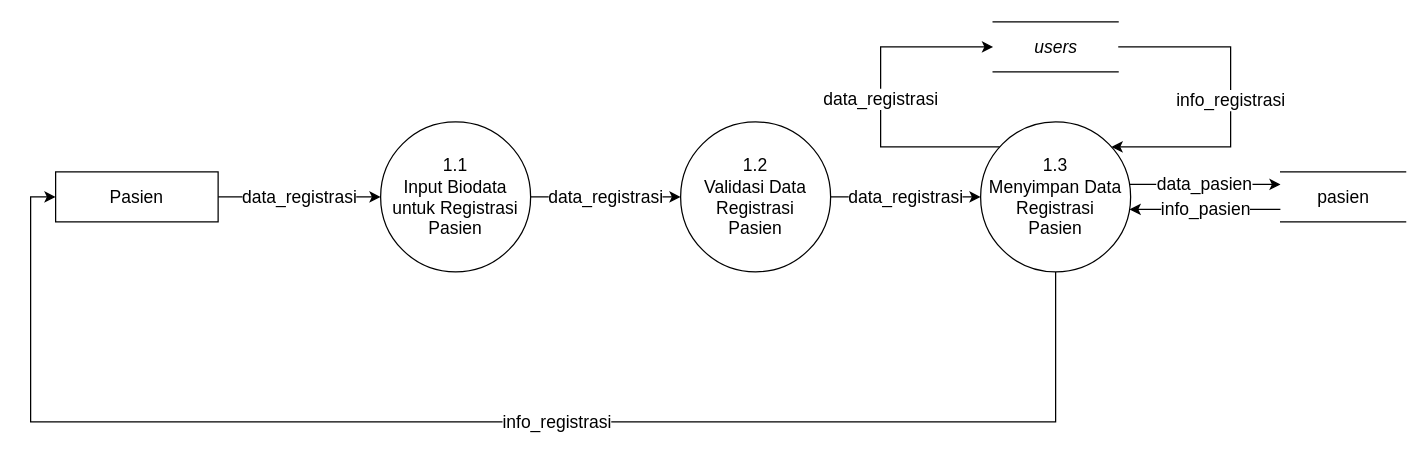
The draw.io diagram laporan/DFD/DFD Level 1 Registrasi.drawio in FarrelArrahman/si_manajemen_reseller, before the edit. Source tidied: cells renumbered, new cells numbered last; positions are measured from the earlier drawing's top-left corner, leaving out a move shared by most shapes. Both pictures are drawn from the tidied source at 125%, with x=0, y=0 at pixel (30, 21).
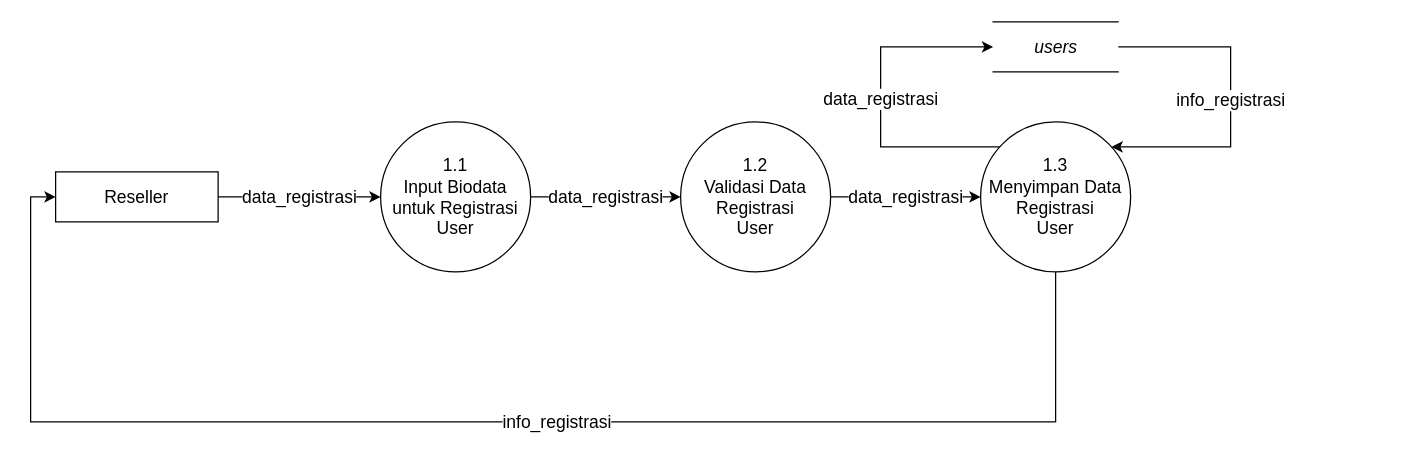
After the change.

Diff of the diagram source:
```diff
@@
-    <mxCell id="3" value="&lt;font style=&quot;font-size: 14px;&quot;&gt;1.1&lt;br style=&quot;font-size: 14px;&quot;&gt;Input Biodata untuk Registrasi Pasien&lt;br style=&quot;font-size: 14px;&quot;&gt;&lt;/font&gt;" style="ellipse;whiteSpace=wrap;html=1;fontSize=14;" parent="1" vertex="1">
+    <mxCell id="3" value="&lt;font style=&quot;font-size: 14px&quot;&gt;1.1&lt;br style=&quot;font-size: 14px&quot;&gt;Input Biodata untuk Registrasi User&lt;br style=&quot;font-size: 14px&quot;&gt;&lt;/font&gt;" style="ellipse;whiteSpace=wrap;html=1;fontSize=14;" parent="1" vertex="1">
       <mxGeometry x="280" y="80" width="120" height="120" as="geometry" />
     </mxCell>
@@
-    <mxCell id="5" value="Pasien" style="rounded=0;whiteSpace=wrap;html=1;fontSize=14;" parent="1" vertex="1">
+    <mxCell id="5" value="Reseller" style="rounded=0;whiteSpace=wrap;html=1;fontSize=14;" parent="1" vertex="1">
       <mxGeometry x="20" y="120" width="130" height="40" as="geometry" />
     </mxCell>
@@
-    <mxCell id="8" value="&lt;font style=&quot;font-size: 14px;&quot;&gt;1.2&lt;br style=&quot;font-size: 14px;&quot;&gt;Validasi Data Registrasi &lt;br style=&quot;font-size: 14px;&quot;&gt;Pasien&lt;br style=&quot;font-size: 14px;&quot;&gt;&lt;/font&gt;" style="ellipse;whiteSpace=wrap;html=1;fontSize=14;" parent="1" vertex="1">
+    <mxCell id="8" value="&lt;font style=&quot;font-size: 14px&quot;&gt;1.2&lt;br style=&quot;font-size: 14px&quot;&gt;Validasi Data Registrasi &lt;br style=&quot;font-size: 14px&quot;&gt;User&lt;br style=&quot;font-size: 14px&quot;&gt;&lt;/font&gt;" style="ellipse;whiteSpace=wrap;html=1;fontSize=14;" parent="1" vertex="1">
       <mxGeometry x="520" y="80" width="120" height="120" as="geometry" />
     </mxCell>
@@
-    <mxCell id="10" value="&lt;font style=&quot;font-size: 14px;&quot;&gt;1.3&lt;br style=&quot;font-size: 14px;&quot;&gt;Menyimpan Data Registrasi &lt;br style=&quot;font-size: 14px;&quot;&gt;Pasien&lt;br style=&quot;font-size: 14px;&quot;&gt;&lt;/font&gt;" style="ellipse;whiteSpace=wrap;html=1;fontSize=14;" parent="1" vertex="1">
+    <mxCell id="10" value="&lt;font style=&quot;font-size: 14px&quot;&gt;1.3&lt;br style=&quot;font-size: 14px&quot;&gt;Menyimpan Data Registrasi &lt;br style=&quot;font-size: 14px&quot;&gt;User&lt;br style=&quot;font-size: 14px&quot;&gt;&lt;/font&gt;" style="ellipse;whiteSpace=wrap;html=1;fontSize=14;" parent="1" vertex="1">
       <mxGeometry x="760" y="80" width="120" height="120" as="geometry" />
     </mxCell>
@@
-    <mxCell id="13" value="data_pasien" style="edgeStyle=orthogonalEdgeStyle;rounded=0;jettySize=auto;html=1;entryX=0;entryY=0.25;entryDx=0;entryDy=0;fontSize=14;" parent="1" edge="1" source="10" target="15">
-      <mxGeometry relative="1" as="geometry">
-        <Array as="points">
-          <mxPoint x="910" y="130" />
-          <mxPoint x="910" y="130" />
-        </Array>
-      </mxGeometry>
-    </mxCell>
-    <mxCell id="14" value="info_pasien" style="edgeStyle=orthogonalEdgeStyle;rounded=0;jettySize=auto;html=1;exitX=0;exitY=0.75;exitDx=0;exitDy=0;fontSize=14;" parent="1" edge="1" source="15" target="10">
-      <mxGeometry relative="1" as="geometry">
-        <Array as="points">
-          <mxPoint x="910" y="150" />
-          <mxPoint x="910" y="150" />
-        </Array>
-      </mxGeometry>
-    </mxCell>
-    <mxCell id="15" value="&lt;span style=&quot;font-style: normal; font-size: 14px;&quot;&gt;pasien&lt;/span&gt;" style="html=1;dashed=0;whitespace=wrap;shape=partialRectangle;right=0;left=0;fontStyle=2;fontSize=14;" parent="1" vertex="1">
-      <mxGeometry x="1000" y="120" width="100" height="40" as="geometry" />
-    </mxCell>
```
